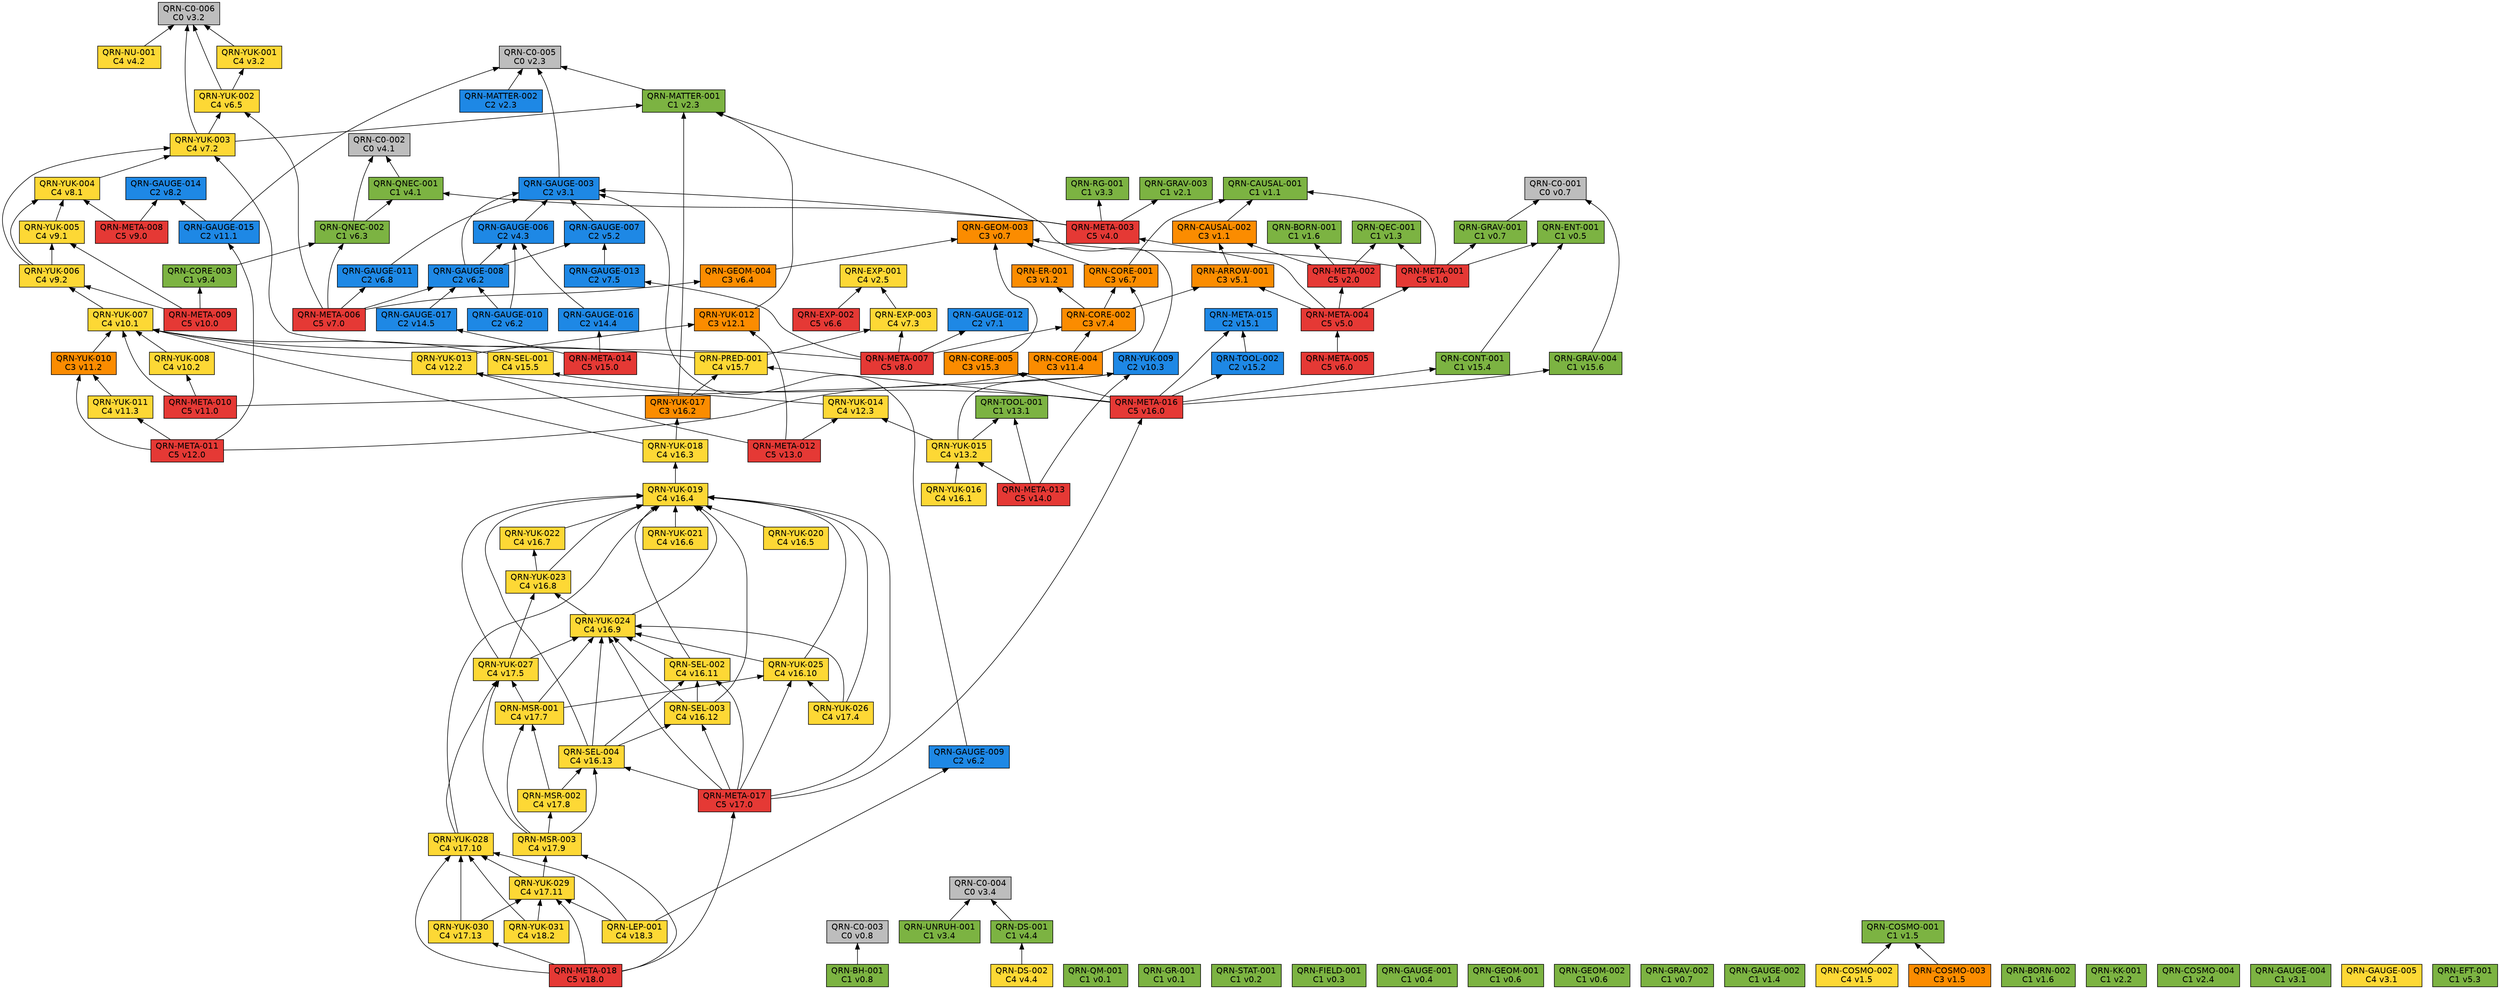
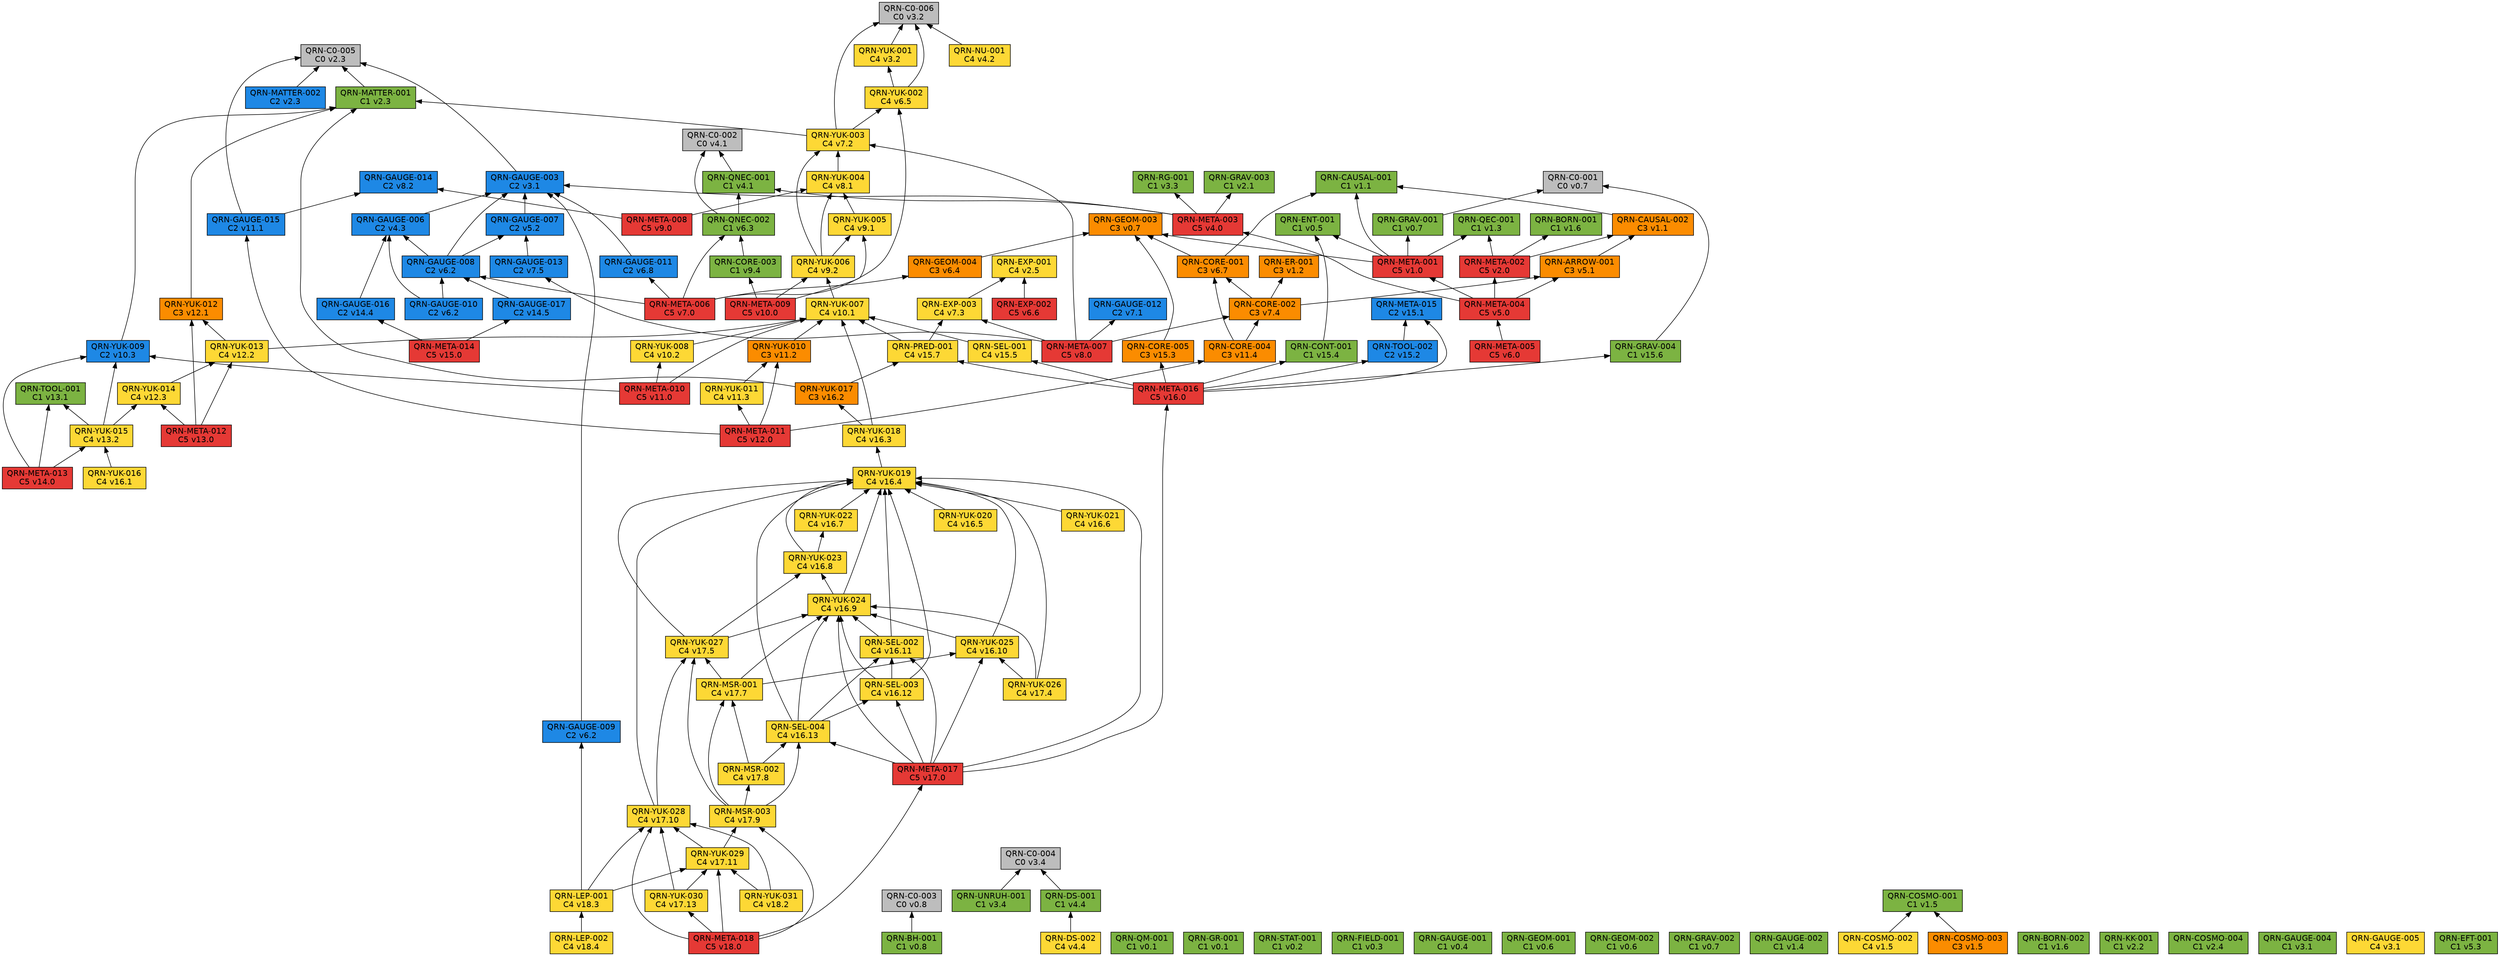
// 自動生成 (dag/report.pl) — QRN 主張依存グラフ
digraph qrn {
  rankdir=BT;
  node [shape=box, style=filled, fontname="Helvetica"];
  "QRN-C0-001" [fillcolor="#bdbdbd", label="QRN-C0-001\nC0 v0.7"];
  "QRN-C0-002" [fillcolor="#bdbdbd", label="QRN-C0-002\nC0 v4.1"];
  "QRN-C0-003" [fillcolor="#bdbdbd", label="QRN-C0-003\nC0 v0.8"];
  "QRN-C0-004" [fillcolor="#bdbdbd", label="QRN-C0-004\nC0 v3.4"];
  "QRN-C0-005" [fillcolor="#bdbdbd", label="QRN-C0-005\nC0 v2.3"];
  "QRN-C0-006" [fillcolor="#bdbdbd", label="QRN-C0-006\nC0 v3.2"];
  "QRN-QM-001" [fillcolor="#7cb342", label="QRN-QM-001\nC1 v0.1"];
  "QRN-GR-001" [fillcolor="#7cb342", label="QRN-GR-001\nC1 v0.1"];
  "QRN-STAT-001" [fillcolor="#7cb342", label="QRN-STAT-001\nC1 v0.2"];
  "QRN-FIELD-001" [fillcolor="#7cb342", label="QRN-FIELD-001\nC1 v0.3"];
  "QRN-GAUGE-001" [fillcolor="#7cb342", label="QRN-GAUGE-001\nC1 v0.4"];
  "QRN-ENT-001" [fillcolor="#7cb342", label="QRN-ENT-001\nC1 v0.5"];
  "QRN-GEOM-001" [fillcolor="#7cb342", label="QRN-GEOM-001\nC1 v0.6"];
  "QRN-GEOM-002" [fillcolor="#7cb342", label="QRN-GEOM-002\nC1 v0.6"];
  "QRN-GEOM-003" [fillcolor="#fb8c00", label="QRN-GEOM-003\nC3 v0.7"];
  "QRN-GRAV-001" [fillcolor="#7cb342", label="QRN-GRAV-001\nC1 v0.7"];
  "QRN-GRAV-002" [fillcolor="#7cb342", label="QRN-GRAV-002\nC1 v0.7"];
  "QRN-BH-001" [fillcolor="#7cb342", label="QRN-BH-001\nC1 v0.8"];
  "QRN-CAUSAL-001" [fillcolor="#7cb342", label="QRN-CAUSAL-001\nC1 v1.1"];
  "QRN-CAUSAL-002" [fillcolor="#fb8c00", label="QRN-CAUSAL-002\nC3 v1.1"];
  "QRN-ER-001" [fillcolor="#fb8c00", label="QRN-ER-001\nC3 v1.2"];
  "QRN-QEC-001" [fillcolor="#7cb342", label="QRN-QEC-001\nC1 v1.3"];
  "QRN-GAUGE-002" [fillcolor="#7cb342", label="QRN-GAUGE-002\nC1 v1.4"];
  "QRN-COSMO-001" [fillcolor="#7cb342", label="QRN-COSMO-001\nC1 v1.5"];
  "QRN-COSMO-002" [fillcolor="#fdd835", label="QRN-COSMO-002\nC4 v1.5"];
  "QRN-COSMO-003" [fillcolor="#fb8c00", label="QRN-COSMO-003\nC3 v1.5"];
  "QRN-BORN-001" [fillcolor="#7cb342", label="QRN-BORN-001\nC1 v1.6"];
  "QRN-BORN-002" [fillcolor="#7cb342", label="QRN-BORN-002\nC1 v1.6"];
  "QRN-GRAV-003" [fillcolor="#7cb342", label="QRN-GRAV-003\nC1 v2.1"];
  "QRN-KK-001" [fillcolor="#7cb342", label="QRN-KK-001\nC1 v2.2"];
  "QRN-MATTER-001" [fillcolor="#7cb342", label="QRN-MATTER-001\nC1 v2.3"];
  "QRN-MATTER-002" [fillcolor="#1e88e5", label="QRN-MATTER-002\nC2 v2.3"];
  "QRN-COSMO-004" [fillcolor="#7cb342", label="QRN-COSMO-004\nC1 v2.4"];
  "QRN-EXP-001" [fillcolor="#fdd835", label="QRN-EXP-001\nC4 v2.5"];
  "QRN-GAUGE-003" [fillcolor="#1e88e5", label="QRN-GAUGE-003\nC2 v3.1"];
  "QRN-GAUGE-004" [fillcolor="#7cb342", label="QRN-GAUGE-004\nC1 v3.1"];
  "QRN-GAUGE-005" [fillcolor="#fdd835", label="QRN-GAUGE-005\nC4 v3.1"];
  "QRN-YUK-001" [fillcolor="#fdd835", label="QRN-YUK-001\nC4 v3.2"];
  "QRN-RG-001" [fillcolor="#7cb342", label="QRN-RG-001\nC1 v3.3"];
  "QRN-UNRUH-001" [fillcolor="#7cb342", label="QRN-UNRUH-001\nC1 v3.4"];
  "QRN-QNEC-001" [fillcolor="#7cb342", label="QRN-QNEC-001\nC1 v4.1"];
  "QRN-NU-001" [fillcolor="#fdd835", label="QRN-NU-001\nC4 v4.2"];
  "QRN-GAUGE-006" [fillcolor="#1e88e5", label="QRN-GAUGE-006\nC2 v4.3"];
  "QRN-DS-001" [fillcolor="#7cb342", label="QRN-DS-001\nC1 v4.4"];
  "QRN-DS-002" [fillcolor="#fdd835", label="QRN-DS-002\nC4 v4.4"];
  "QRN-ARROW-001" [fillcolor="#fb8c00", label="QRN-ARROW-001\nC3 v5.1"];
  "QRN-GAUGE-007" [fillcolor="#1e88e5", label="QRN-GAUGE-007\nC2 v5.2"];
  "QRN-EFT-001" [fillcolor="#7cb342", label="QRN-EFT-001\nC1 v5.3"];
  "QRN-GAUGE-008" [fillcolor="#1e88e5", label="QRN-GAUGE-008\nC2 v6.2"];
  "QRN-GAUGE-009" [fillcolor="#1e88e5", label="QRN-GAUGE-009\nC2 v6.2"];
  "QRN-GAUGE-010" [fillcolor="#1e88e5", label="QRN-GAUGE-010\nC2 v6.2"];
  "QRN-QNEC-002" [fillcolor="#7cb342", label="QRN-QNEC-002\nC1 v6.3"];
  "QRN-GEOM-004" [fillcolor="#fb8c00", label="QRN-GEOM-004\nC3 v6.4"];
  "QRN-YUK-002" [fillcolor="#fdd835", label="QRN-YUK-002\nC4 v6.5"];
  "QRN-EXP-002" [fillcolor="#e53935", label="QRN-EXP-002\nC5 v6.6"];
  "QRN-CORE-001" [fillcolor="#fb8c00", label="QRN-CORE-001\nC3 v6.7"];
  "QRN-GAUGE-011" [fillcolor="#1e88e5", label="QRN-GAUGE-011\nC2 v6.8"];
  "QRN-GAUGE-012" [fillcolor="#1e88e5", label="QRN-GAUGE-012\nC2 v7.1"];
  "QRN-YUK-003" [fillcolor="#fdd835", label="QRN-YUK-003\nC4 v7.2"];
  "QRN-EXP-003" [fillcolor="#fdd835", label="QRN-EXP-003\nC4 v7.3"];
  "QRN-CORE-002" [fillcolor="#fb8c00", label="QRN-CORE-002\nC3 v7.4"];
  "QRN-GAUGE-013" [fillcolor="#1e88e5", label="QRN-GAUGE-013\nC2 v7.5"];
  "QRN-YUK-004" [fillcolor="#fdd835", label="QRN-YUK-004\nC4 v8.1"];
  "QRN-GAUGE-014" [fillcolor="#1e88e5", label="QRN-GAUGE-014\nC2 v8.2"];
  "QRN-META-001" [fillcolor="#e53935", label="QRN-META-001\nC5 v1.0"];
  "QRN-META-002" [fillcolor="#e53935", label="QRN-META-002\nC5 v2.0"];
  "QRN-META-003" [fillcolor="#e53935", label="QRN-META-003\nC5 v4.0"];
  "QRN-META-004" [fillcolor="#e53935", label="QRN-META-004\nC5 v5.0"];
  "QRN-META-005" [fillcolor="#e53935", label="QRN-META-005\nC5 v6.0"];
  "QRN-META-006" [fillcolor="#e53935", label="QRN-META-006\nC5 v7.0"];
  "QRN-META-007" [fillcolor="#e53935", label="QRN-META-007\nC5 v8.0"];
  "QRN-META-008" [fillcolor="#e53935", label="QRN-META-008\nC5 v9.0"];
  "QRN-YUK-005" [fillcolor="#fdd835", label="QRN-YUK-005\nC4 v9.1"];
  "QRN-YUK-006" [fillcolor="#fdd835", label="QRN-YUK-006\nC4 v9.2"];
  "QRN-CORE-003" [fillcolor="#7cb342", label="QRN-CORE-003\nC1 v9.4"];
  "QRN-META-009" [fillcolor="#e53935", label="QRN-META-009\nC5 v10.0"];
  "QRN-YUK-007" [fillcolor="#fdd835", label="QRN-YUK-007\nC4 v10.1"];
  "QRN-YUK-008" [fillcolor="#fdd835", label="QRN-YUK-008\nC4 v10.2"];
  "QRN-YUK-009" [fillcolor="#1e88e5", label="QRN-YUK-009\nC2 v10.3"];
  "QRN-META-010" [fillcolor="#e53935", label="QRN-META-010\nC5 v11.0"];
  "QRN-GAUGE-015" [fillcolor="#1e88e5", label="QRN-GAUGE-015\nC2 v11.1"];
  "QRN-YUK-010" [fillcolor="#fb8c00", label="QRN-YUK-010\nC3 v11.2"];
  "QRN-YUK-011" [fillcolor="#fdd835", label="QRN-YUK-011\nC4 v11.3"];
  "QRN-CORE-004" [fillcolor="#fb8c00", label="QRN-CORE-004\nC3 v11.4"];
  "QRN-META-011" [fillcolor="#e53935", label="QRN-META-011\nC5 v12.0"];
  "QRN-YUK-012" [fillcolor="#fb8c00", label="QRN-YUK-012\nC3 v12.1"];
  "QRN-YUK-013" [fillcolor="#fdd835", label="QRN-YUK-013\nC4 v12.2"];
  "QRN-YUK-014" [fillcolor="#fdd835", label="QRN-YUK-014\nC4 v12.3"];
  "QRN-META-012" [fillcolor="#e53935", label="QRN-META-012\nC5 v13.0"];
  "QRN-TOOL-001" [fillcolor="#7cb342", label="QRN-TOOL-001\nC1 v13.1"];
  "QRN-YUK-015" [fillcolor="#fdd835", label="QRN-YUK-015\nC4 v13.2"];
  "QRN-META-013" [fillcolor="#e53935", label="QRN-META-013\nC5 v14.0"];
  "QRN-GAUGE-016" [fillcolor="#1e88e5", label="QRN-GAUGE-016\nC2 v14.4"];
  "QRN-GAUGE-017" [fillcolor="#1e88e5", label="QRN-GAUGE-017\nC2 v14.5"];
  "QRN-META-014" [fillcolor="#e53935", label="QRN-META-014\nC5 v15.0"];
  "QRN-META-015" [fillcolor="#1e88e5", label="QRN-META-015\nC2 v15.1"];
  "QRN-TOOL-002" [fillcolor="#1e88e5", label="QRN-TOOL-002\nC2 v15.2"];
  "QRN-CORE-005" [fillcolor="#fb8c00", label="QRN-CORE-005\nC3 v15.3"];
  "QRN-CONT-001" [fillcolor="#7cb342", label="QRN-CONT-001\nC1 v15.4"];
  "QRN-SEL-001" [fillcolor="#fdd835", label="QRN-SEL-001\nC4 v15.5"];
  "QRN-GRAV-004" [fillcolor="#7cb342", label="QRN-GRAV-004\nC1 v15.6"];
  "QRN-PRED-001" [fillcolor="#fdd835", label="QRN-PRED-001\nC4 v15.7"];
  "QRN-META-016" [fillcolor="#e53935", label="QRN-META-016\nC5 v16.0"];
  "QRN-YUK-016" [fillcolor="#fdd835", label="QRN-YUK-016\nC4 v16.1"];
  "QRN-YUK-017" [fillcolor="#fb8c00", label="QRN-YUK-017\nC3 v16.2"];
  "QRN-YUK-018" [fillcolor="#fdd835", label="QRN-YUK-018\nC4 v16.3"];
  "QRN-YUK-019" [fillcolor="#fdd835", label="QRN-YUK-019\nC4 v16.4"];
  "QRN-YUK-020" [fillcolor="#fdd835", label="QRN-YUK-020\nC4 v16.5"];
  "QRN-YUK-021" [fillcolor="#fdd835", label="QRN-YUK-021\nC4 v16.6"];
  "QRN-YUK-022" [fillcolor="#fdd835", label="QRN-YUK-022\nC4 v16.7"];
  "QRN-YUK-023" [fillcolor="#fdd835", label="QRN-YUK-023\nC4 v16.8"];
  "QRN-YUK-024" [fillcolor="#fdd835", label="QRN-YUK-024\nC4 v16.9"];
  "QRN-YUK-025" [fillcolor="#fdd835", label="QRN-YUK-025\nC4 v16.10"];
  "QRN-SEL-002" [fillcolor="#fdd835", label="QRN-SEL-002\nC4 v16.11"];
  "QRN-SEL-003" [fillcolor="#fdd835", label="QRN-SEL-003\nC4 v16.12"];
  "QRN-SEL-004" [fillcolor="#fdd835", label="QRN-SEL-004\nC4 v16.13"];
  "QRN-META-017" [fillcolor="#e53935", label="QRN-META-017\nC5 v17.0"];
  "QRN-YUK-026" [fillcolor="#fdd835", label="QRN-YUK-026\nC4 v17.4"];
  "QRN-YUK-027" [fillcolor="#fdd835", label="QRN-YUK-027\nC4 v17.5"];
  "QRN-MSR-001" [fillcolor="#fdd835", label="QRN-MSR-001\nC4 v17.7"];
  "QRN-MSR-002" [fillcolor="#fdd835", label="QRN-MSR-002\nC4 v17.8"];
  "QRN-MSR-003" [fillcolor="#fdd835", label="QRN-MSR-003\nC4 v17.9"];
  "QRN-YUK-028" [fillcolor="#fdd835", label="QRN-YUK-028\nC4 v17.10"];
  "QRN-YUK-029" [fillcolor="#fdd835", label="QRN-YUK-029\nC4 v17.11"];
  "QRN-YUK-030" [fillcolor="#fdd835", label="QRN-YUK-030\nC4 v17.13"];
  "QRN-META-018" [fillcolor="#e53935", label="QRN-META-018\nC5 v18.0"];
  "QRN-YUK-031" [fillcolor="#fdd835", label="QRN-YUK-031\nC4 v18.2"];
  "QRN-LEP-001" [fillcolor="#fdd835", label="QRN-LEP-001\nC4 v18.3"];
+   "QRN-LEP-002" [fillcolor="#fdd835", label="QRN-LEP-002\nC4 v18.4"];
  "QRN-GRAV-001" -> "QRN-C0-001";
  "QRN-BH-001" -> "QRN-C0-003";
  "QRN-CAUSAL-002" -> "QRN-CAUSAL-001";
  "QRN-COSMO-002" -> "QRN-COSMO-001";
  "QRN-COSMO-003" -> "QRN-COSMO-001";
  "QRN-MATTER-001" -> "QRN-C0-005";
  "QRN-MATTER-002" -> "QRN-C0-005";
  "QRN-GAUGE-003" -> "QRN-C0-005";
  "QRN-YUK-001" -> "QRN-C0-006";
  "QRN-UNRUH-001" -> "QRN-C0-004";
  "QRN-QNEC-001" -> "QRN-C0-002";
  "QRN-NU-001" -> "QRN-C0-006";
  "QRN-GAUGE-006" -> "QRN-GAUGE-003";
  "QRN-DS-001" -> "QRN-C0-004";
  "QRN-DS-002" -> "QRN-DS-001";
  "QRN-ARROW-001" -> "QRN-CAUSAL-002";
  "QRN-GAUGE-007" -> "QRN-GAUGE-003";
  "QRN-GAUGE-008" -> "QRN-GAUGE-003";
  "QRN-GAUGE-008" -> "QRN-GAUGE-006";
  "QRN-GAUGE-008" -> "QRN-GAUGE-007";
  "QRN-GAUGE-009" -> "QRN-GAUGE-003";
  "QRN-GAUGE-010" -> "QRN-GAUGE-006";
  "QRN-GAUGE-010" -> "QRN-GAUGE-008";
  "QRN-QNEC-002" -> "QRN-C0-002";
  "QRN-QNEC-002" -> "QRN-QNEC-001";
  "QRN-GEOM-004" -> "QRN-GEOM-003";
  "QRN-YUK-002" -> "QRN-C0-006";
  "QRN-YUK-002" -> "QRN-YUK-001";
  "QRN-EXP-002" -> "QRN-EXP-001";
  "QRN-CORE-001" -> "QRN-GEOM-003";
  "QRN-CORE-001" -> "QRN-CAUSAL-001";
  "QRN-GAUGE-011" -> "QRN-GAUGE-003";
  "QRN-YUK-003" -> "QRN-C0-006";
  "QRN-YUK-003" -> "QRN-MATTER-001";
  "QRN-YUK-003" -> "QRN-YUK-002";
  "QRN-EXP-003" -> "QRN-EXP-001";
  "QRN-CORE-002" -> "QRN-CORE-001";
  "QRN-CORE-002" -> "QRN-ER-001";
  "QRN-CORE-002" -> "QRN-ARROW-001";
  "QRN-GAUGE-013" -> "QRN-GAUGE-007";
  "QRN-YUK-004" -> "QRN-YUK-003";
  "QRN-META-001" -> "QRN-GEOM-003";
  "QRN-META-001" -> "QRN-GRAV-001";
  "QRN-META-001" -> "QRN-CAUSAL-001";
  "QRN-META-001" -> "QRN-QEC-001";
  "QRN-META-001" -> "QRN-ENT-001";
  "QRN-META-002" -> "QRN-QEC-001";
  "QRN-META-002" -> "QRN-BORN-001";
  "QRN-META-002" -> "QRN-CAUSAL-002";
  "QRN-META-003" -> "QRN-GAUGE-003";
  "QRN-META-003" -> "QRN-RG-001";
  "QRN-META-003" -> "QRN-QNEC-001";
  "QRN-META-003" -> "QRN-GRAV-003";
  "QRN-META-004" -> "QRN-META-001";
  "QRN-META-004" -> "QRN-META-002";
  "QRN-META-004" -> "QRN-META-003";
  "QRN-META-004" -> "QRN-ARROW-001";
  "QRN-META-005" -> "QRN-META-004";
  "QRN-META-006" -> "QRN-GAUGE-008";
  "QRN-META-006" -> "QRN-QNEC-002";
  "QRN-META-006" -> "QRN-GEOM-004";
  "QRN-META-006" -> "QRN-YUK-002";
  "QRN-META-006" -> "QRN-GAUGE-011";
  "QRN-META-007" -> "QRN-GAUGE-012";
  "QRN-META-007" -> "QRN-YUK-003";
  "QRN-META-007" -> "QRN-EXP-003";
  "QRN-META-007" -> "QRN-CORE-002";
  "QRN-META-007" -> "QRN-GAUGE-013";
  "QRN-META-008" -> "QRN-YUK-004";
  "QRN-META-008" -> "QRN-GAUGE-014";
  "QRN-YUK-005" -> "QRN-YUK-004";
  "QRN-YUK-006" -> "QRN-YUK-003";
  "QRN-YUK-006" -> "QRN-YUK-004";
  "QRN-YUK-006" -> "QRN-YUK-005";
  "QRN-CORE-003" -> "QRN-QNEC-002";
  "QRN-META-009" -> "QRN-YUK-005";
  "QRN-META-009" -> "QRN-YUK-006";
  "QRN-META-009" -> "QRN-CORE-003";
  "QRN-YUK-007" -> "QRN-YUK-006";
  "QRN-YUK-008" -> "QRN-YUK-007";
  "QRN-YUK-009" -> "QRN-MATTER-001";
  "QRN-META-010" -> "QRN-YUK-007";
  "QRN-META-010" -> "QRN-YUK-008";
  "QRN-META-010" -> "QRN-YUK-009";
  "QRN-GAUGE-015" -> "QRN-C0-005";
  "QRN-GAUGE-015" -> "QRN-GAUGE-014";
  "QRN-YUK-010" -> "QRN-YUK-007";
  "QRN-YUK-011" -> "QRN-YUK-010";
  "QRN-CORE-004" -> "QRN-CORE-001";
  "QRN-CORE-004" -> "QRN-CORE-002";
  "QRN-META-011" -> "QRN-GAUGE-015";
  "QRN-META-011" -> "QRN-YUK-010";
  "QRN-META-011" -> "QRN-YUK-011";
  "QRN-META-011" -> "QRN-CORE-004";
  "QRN-YUK-012" -> "QRN-MATTER-001";
  "QRN-YUK-013" -> "QRN-YUK-012";
  "QRN-YUK-013" -> "QRN-YUK-007";
  "QRN-YUK-014" -> "QRN-YUK-013";
  "QRN-META-012" -> "QRN-YUK-012";
  "QRN-META-012" -> "QRN-YUK-013";
  "QRN-META-012" -> "QRN-YUK-014";
  "QRN-YUK-015" -> "QRN-YUK-014";
  "QRN-YUK-015" -> "QRN-TOOL-001";
  "QRN-YUK-015" -> "QRN-YUK-009";
  "QRN-META-013" -> "QRN-YUK-015";
  "QRN-META-013" -> "QRN-TOOL-001";
  "QRN-META-013" -> "QRN-YUK-009";
  "QRN-GAUGE-016" -> "QRN-GAUGE-006";
  "QRN-GAUGE-017" -> "QRN-GAUGE-008";
  "QRN-META-014" -> "QRN-GAUGE-016";
  "QRN-META-014" -> "QRN-GAUGE-017";
  "QRN-TOOL-002" -> "QRN-META-015";
  "QRN-CORE-005" -> "QRN-GEOM-003";
  "QRN-CONT-001" -> "QRN-ENT-001";
  "QRN-SEL-001" -> "QRN-YUK-007";
  "QRN-GRAV-004" -> "QRN-C0-001";
  "QRN-PRED-001" -> "QRN-YUK-007";
  "QRN-PRED-001" -> "QRN-EXP-003";
  "QRN-META-016" -> "QRN-META-015";
  "QRN-META-016" -> "QRN-TOOL-002";
  "QRN-META-016" -> "QRN-CORE-005";
  "QRN-META-016" -> "QRN-CONT-001";
  "QRN-META-016" -> "QRN-SEL-001";
  "QRN-META-016" -> "QRN-GRAV-004";
  "QRN-META-016" -> "QRN-PRED-001";
  "QRN-YUK-016" -> "QRN-YUK-015";
  "QRN-YUK-017" -> "QRN-MATTER-001";
  "QRN-YUK-017" -> "QRN-PRED-001";
  "QRN-YUK-018" -> "QRN-YUK-017";
  "QRN-YUK-018" -> "QRN-YUK-007";
  "QRN-YUK-019" -> "QRN-YUK-018";
  "QRN-YUK-020" -> "QRN-YUK-019";
  "QRN-YUK-021" -> "QRN-YUK-019";
  "QRN-YUK-022" -> "QRN-YUK-019";
  "QRN-YUK-023" -> "QRN-YUK-019";
  "QRN-YUK-023" -> "QRN-YUK-022";
  "QRN-YUK-024" -> "QRN-YUK-019";
  "QRN-YUK-024" -> "QRN-YUK-023";
  "QRN-YUK-025" -> "QRN-YUK-019";
  "QRN-YUK-025" -> "QRN-YUK-024";
  "QRN-SEL-002" -> "QRN-YUK-019";
  "QRN-SEL-002" -> "QRN-YUK-024";
  "QRN-SEL-003" -> "QRN-YUK-019";
  "QRN-SEL-003" -> "QRN-YUK-024";
  "QRN-SEL-003" -> "QRN-SEL-002";
  "QRN-SEL-004" -> "QRN-YUK-019";
  "QRN-SEL-004" -> "QRN-YUK-024";
  "QRN-SEL-004" -> "QRN-SEL-002";
  "QRN-SEL-004" -> "QRN-SEL-003";
  "QRN-META-017" -> "QRN-META-016";
  "QRN-META-017" -> "QRN-YUK-019";
  "QRN-META-017" -> "QRN-YUK-024";
  "QRN-META-017" -> "QRN-YUK-025";
  "QRN-META-017" -> "QRN-SEL-002";
  "QRN-META-017" -> "QRN-SEL-003";
  "QRN-META-017" -> "QRN-SEL-004";
  "QRN-YUK-026" -> "QRN-YUK-019";
  "QRN-YUK-026" -> "QRN-YUK-024";
  "QRN-YUK-026" -> "QRN-YUK-025";
  "QRN-YUK-027" -> "QRN-YUK-019";
  "QRN-YUK-027" -> "QRN-YUK-023";
  "QRN-YUK-027" -> "QRN-YUK-024";
  "QRN-MSR-001" -> "QRN-YUK-024";
  "QRN-MSR-001" -> "QRN-YUK-025";
  "QRN-MSR-001" -> "QRN-YUK-027";
  "QRN-MSR-002" -> "QRN-SEL-004";
  "QRN-MSR-002" -> "QRN-MSR-001";
  "QRN-MSR-003" -> "QRN-MSR-001";
  "QRN-MSR-003" -> "QRN-MSR-002";
  "QRN-MSR-003" -> "QRN-SEL-004";
  "QRN-MSR-003" -> "QRN-YUK-027";
  "QRN-YUK-028" -> "QRN-YUK-019";
  "QRN-YUK-028" -> "QRN-YUK-027";
  "QRN-YUK-029" -> "QRN-YUK-028";
  "QRN-YUK-029" -> "QRN-MSR-003";
  "QRN-YUK-030" -> "QRN-YUK-028";
  "QRN-YUK-030" -> "QRN-YUK-029";
  "QRN-META-018" -> "QRN-META-017";
  "QRN-META-018" -> "QRN-MSR-003";
  "QRN-META-018" -> "QRN-YUK-028";
  "QRN-META-018" -> "QRN-YUK-029";
  "QRN-META-018" -> "QRN-YUK-030";
  "QRN-YUK-031" -> "QRN-YUK-028";
  "QRN-YUK-031" -> "QRN-YUK-029";
  "QRN-LEP-001" -> "QRN-YUK-028";
  "QRN-LEP-001" -> "QRN-YUK-029";
  "QRN-LEP-001" -> "QRN-GAUGE-009";
+   "QRN-LEP-002" -> "QRN-LEP-001";
}
